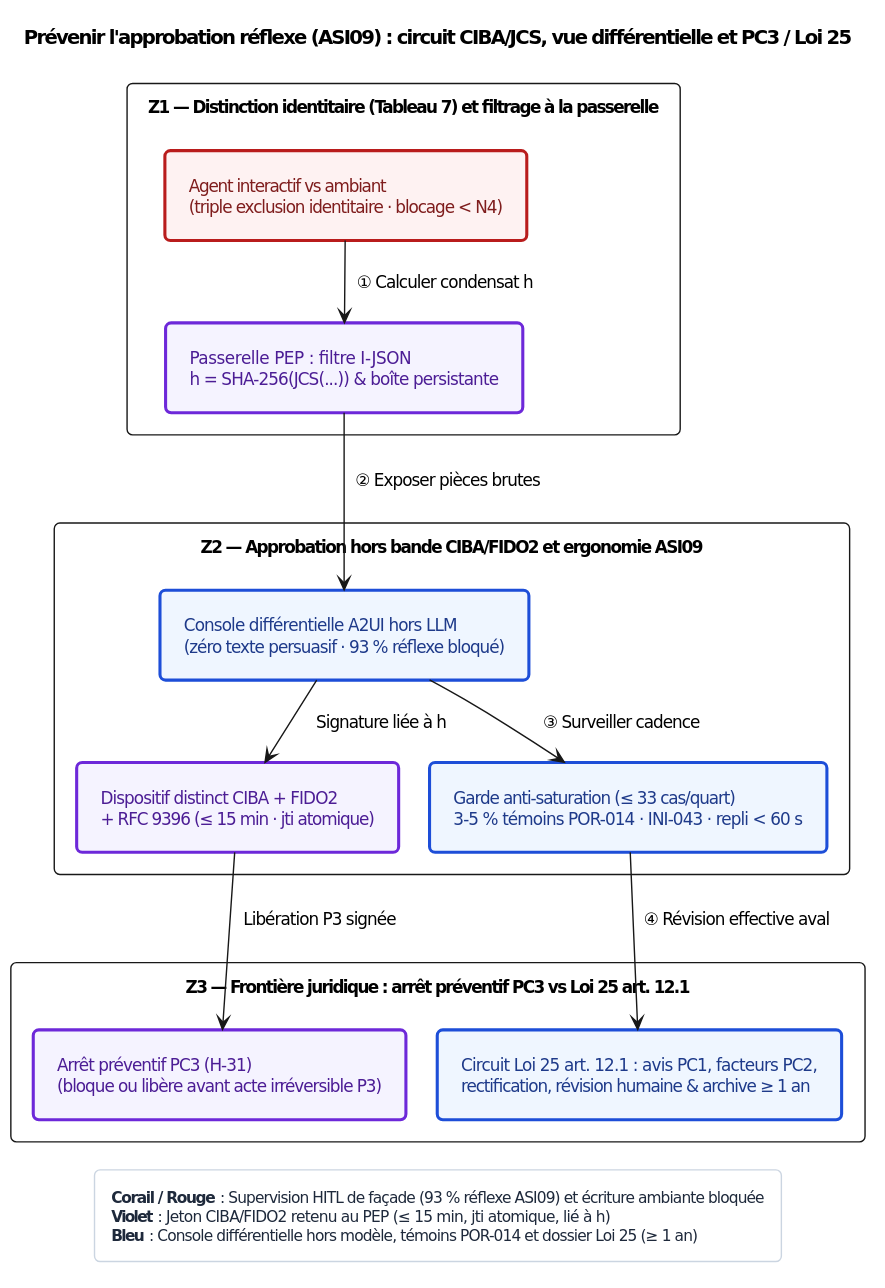
agbruneau/Agentique keeps this PlantUML diagram as Compendium/ouvrage/schemas/rendus/SCH-05-03.svg. Above is the earlier version. Its diagram source:
```plantuml
@startuml
<style>
document { BackgroundColor #FFFFFF; }
.det { BackgroundColor #EBF2F7; LineColor #1B4F72; LineThickness 2.2; FontColor #0F2942; }
.blue { BackgroundColor #EFF6FF; LineColor #1D4ED8; LineThickness 2.2; FontColor #1E3A8A; }
.prob { BackgroundColor #FFF5E0; LineColor #D97706; LineThickness 2.0; LineStyle 5; FontColor #451A03; }
.amber { BackgroundColor #FFFBEB; LineColor #B45309; LineThickness 2.0; FontColor #451A03; }
.green { BackgroundColor #ECFDF5; LineColor #047857; LineThickness 2.2; FontColor #064E3B; }
.teal { BackgroundColor #F0FDFA; LineColor #0F766E; LineThickness 2.2; FontColor #134E4A; }
.red { BackgroundColor #FEF2F2; LineColor #B91C1C; LineThickness 2.2; FontColor #7F1D1D; }
.purple { BackgroundColor #F5F3FF; LineColor #6D28D9; LineThickness 2.2; FontColor #4C1D95; }
.indigo { BackgroundColor #EEF2FF; LineColor #4338CA; LineThickness 2.2; FontColor #312E81; }
.gray { BackgroundColor #F1F5F9; LineColor #475569; LineThickness 1.8; FontColor #1E293B; }
package { BackgroundColor #F8FAFC; LineColor #64748B; LineThickness 1.2; FontColor #334155; }
legend { BackgroundColor #FFFFFF; LineColor #CBD5E1; FontColor #1E293B; FontSize 11; }
</style>
hide stereotype
skinparam defaultFontName "DejaVu Sans"
skinparam defaultFontSize 12
skinparam shadowing false
skinparam roundcorner 8
skinparam packageStyle rectangle
skinparam nodesep 22
skinparam ranksep 28
skinparam padding 7

top to bottom direction
title Prévenir l'approbation réflexe (ASI09) : circuit CIBA/JCS, vue différentielle et PC3 / Loi 25

package "Z1 — Distinction identitaire (Tableau 7) et filtrage à la passerelle" {
  rectangle "Agent interactif vs ambiant\n(triple exclusion identitaire · blocage < N4)" as N1 <<red>>
  rectangle "Passerelle PEP : filtre I-JSON\nh = SHA-256(JCS(...)) & boîte persistante" as N2 <<purple>>
  N1 --> N2 : ① Calculer condensat h
}

package "Z2 — Approbation hors bande CIBA/FIDO2 et ergonomie ASI09" {
  rectangle "Console différentielle A2UI hors LLM\n(zéro texte persuasif · 93 % réflexe bloqué)" as N3 <<blue>>
  rectangle "Dispositif distinct CIBA + FIDO2\n+ RFC 9396 (≤ 15 min · jti atomique)" as N4 <<purple>>
  rectangle "Garde anti-saturation (≤ 33 cas/quart)\n3-5 % témoins POR-014 · INI-043 · repli < 60 s" as N5 <<blue>>
  N2 --> N3 : ② Exposer pièces brutes
  N3 --> N4 : Signature liée à h
  N3 --> N5 : ③ Surveiller cadence
}

package "Z3 — Frontière juridique : arrêt préventif PC3 vs Loi 25 art. 12.1" {
  rectangle "Arrêt préventif PC3 (H-31)\n(bloque ou libère avant acte irréversible P3)" as N6 <<purple>>
  rectangle "Circuit Loi 25 art. 12.1 : avis PC1, facteurs PC2,\nrectification, révision humaine & archive ≥ 1 an" as N7 <<blue>>
  N4 --> N6 : Libération P3 signée
  N5 --> N7 : ④ Révision effective aval
}

legend bottom
  **Corail / Rouge** : Supervision HITL de façade (93 % réflexe ASI09) et écriture ambiante bloquée
  **Violet** : Jeton CIBA/FIDO2 retenu au PEP (≤ 15 min, jti atomique, lié à h)
  **Bleu** : Console différentielle hors modèle, témoins POR-014 et dossier Loi 25 (≥ 1 an)
end legend
@enduml
```
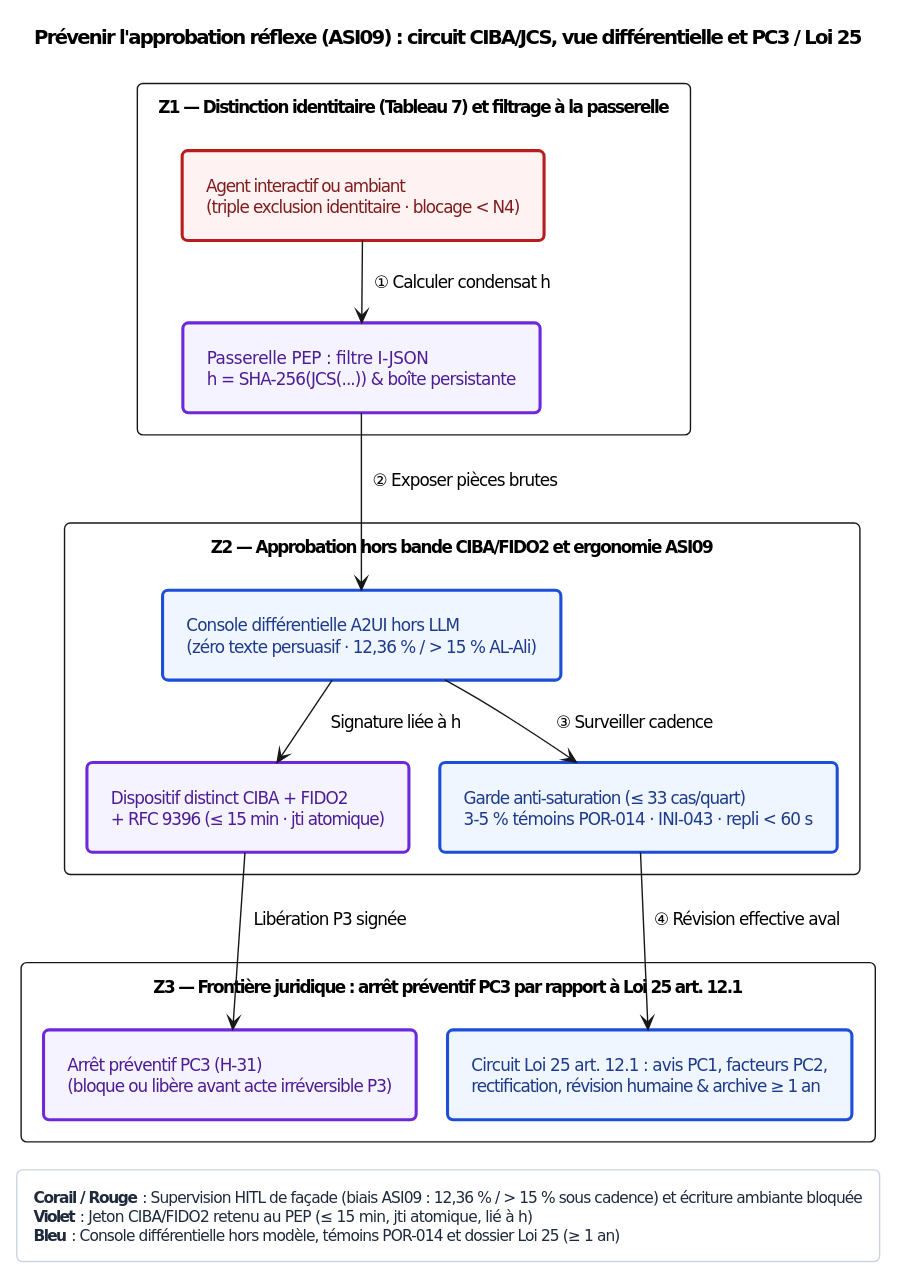
After the commit.

Change to the diagram source:
```diff
@@ -28,13 +28,13 @@
 title Prévenir l'approbation réflexe (ASI09) : circuit CIBA/JCS, vue différentielle et PC3 / Loi 25
 
 package "Z1 — Distinction identitaire (Tableau 7) et filtrage à la passerelle" {
-  rectangle "Agent interactif vs ambiant\n(triple exclusion identitaire · blocage < N4)" as N1 <<red>>
+  rectangle "Agent interactif ou ambiant\n(triple exclusion identitaire · blocage < N4)" as N1 <<red>>
   rectangle "Passerelle PEP : filtre I-JSON\nh = SHA-256(JCS(...)) & boîte persistante" as N2 <<purple>>
   N1 --> N2 : ① Calculer condensat h
 }
 
 package "Z2 — Approbation hors bande CIBA/FIDO2 et ergonomie ASI09" {
-  rectangle "Console différentielle A2UI hors LLM\n(zéro texte persuasif · 93 % réflexe bloqué)" as N3 <<blue>>
+  rectangle "Console différentielle A2UI hors LLM\n(zéro texte persuasif · 12,36 % / > 15 % AL-Ali)" as N3 <<blue>>
   rectangle "Dispositif distinct CIBA + FIDO2\n+ RFC 9396 (≤ 15 min · jti atomique)" as N4 <<purple>>
   rectangle "Garde anti-saturation (≤ 33 cas/quart)\n3-5 % témoins POR-014 · INI-043 · repli < 60 s" as N5 <<blue>>
   N2 --> N3 : ② Exposer pièces brutes
@@ -42,7 +42,7 @@
   N3 --> N5 : ③ Surveiller cadence
 }
 
-package "Z3 — Frontière juridique : arrêt préventif PC3 vs Loi 25 art. 12.1" {
+package "Z3 — Frontière juridique : arrêt préventif PC3 par rapport à Loi 25 art. 12.1" {
   rectangle "Arrêt préventif PC3 (H-31)\n(bloque ou libère avant acte irréversible P3)" as N6 <<purple>>
   rectangle "Circuit Loi 25 art. 12.1 : avis PC1, facteurs PC2,\nrectification, révision humaine & archive ≥ 1 an" as N7 <<blue>>
   N4 --> N6 : Libération P3 signée
@@ -50,7 +50,7 @@
 }
 
 legend bottom
-  **Corail / Rouge** : Supervision HITL de façade (93 % réflexe ASI09) et écriture ambiante bloquée
+  **Corail / Rouge** : Supervision HITL de façade (biais ASI09 : 12,36 % / > 15 % sous cadence) et écriture ambiante bloquée
   **Violet** : Jeton CIBA/FIDO2 retenu au PEP (≤ 15 min, jti atomique, lié à h)
   **Bleu** : Console différentielle hors modèle, témoins POR-014 et dossier Loi 25 (≥ 1 an)
 end legend
```
